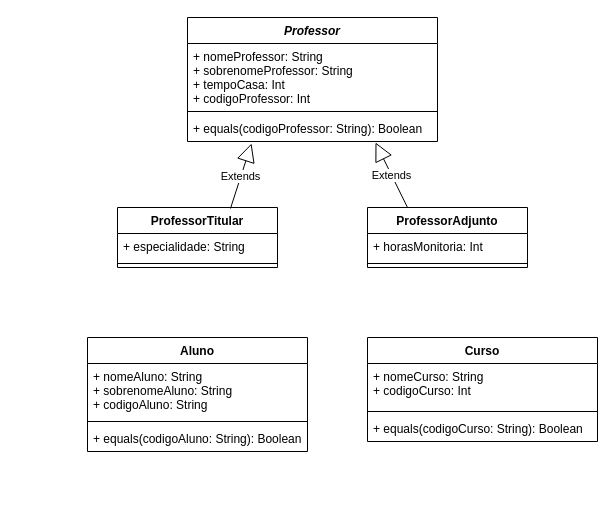
Above: DesafioKotlin_UML.drawio in marina-saito/DH_Desafio_Kotlin (draw.io), before the change. Source tidied: cells renumbered, new cells numbered last; positions are measured from the earlier drawing's top-left corner, leaving out a move shared by most shapes. Both pictures are drawn from the tidied source at 100%, with x=0, y=0 at pixel (87, 17).
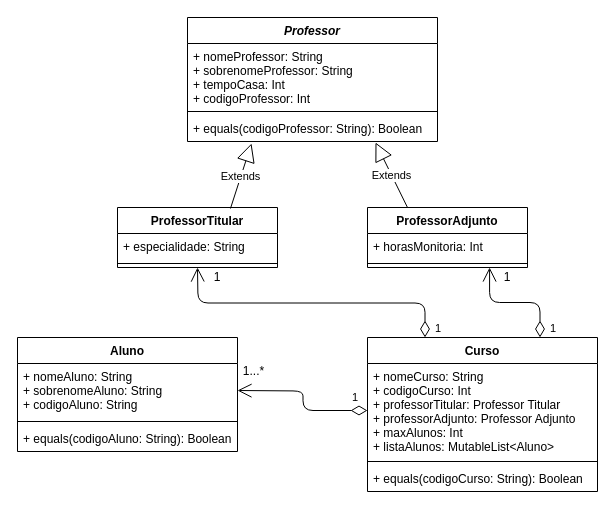
Above is the later version.

The change refers to these unchanged cells:
```xml
<mxCell id="7" style="line;strokeWidth=1;fillColor=none;align=left;verticalAlign=middle;spacingTop=-1;spacingLeft=3;spacingRight=3;labelPosition=right;points=[];portConstraint=eastwest;" parent="5" vertex="1">
  <mxGeometry y="52" width="160" height="8" as="geometry" />
</mxCell>
```

Diff of the diagram source:
```diff
@@
+    <mxCell id="18" value="Curso" style="swimlane;fontStyle=1;align=center;verticalAlign=top;horizontal=1;startSize=26;" parent="1" vertex="1">
+      <mxGeometry x="280" y="320" width="230" height="154" as="geometry" />
+    </mxCell>
+    <mxCell id="19" value="+ nomeCurso: String&#10;+ codigoCurso: Int&#10;+ professorTitular: Professor Titular&#10;+ professorAdjunto: Professor Adjunto&#10;+ maxAlunos: Int&#10;+ listaAlunos: MutableList&lt;Aluno&gt;" style="text;strokeColor=none;fillColor=none;align=left;verticalAlign=top;spacingLeft=4;spacingRight=4;overflow=hidden;points=[[0,0.5],[1,0.5]];portConstraint=eastwest;" parent="18" vertex="1">
+      <mxGeometry y="26" width="230" height="94" as="geometry" />
+    </mxCell>
+    <mxCell id="20" style="line;strokeWidth=1;fillColor=none;align=left;verticalAlign=middle;spacingTop=-1;spacingLeft=3;spacingRight=3;labelPosition=right;" parent="18" vertex="1">
+      <mxGeometry y="120" width="230" height="8" as="geometry" />
+    </mxCell>
+    <mxCell id="21" value="+ equals(codigoCurso: String): Boolean" style="text;strokeColor=none;fillColor=none;align=left;verticalAlign=top;spacingLeft=4;spacingRight=4;overflow=hidden;" parent="18" vertex="1">
+      <mxGeometry y="128" width="230" height="26" as="geometry" />
+    </mxCell>
     <mxCell id="14" value="Aluno" style="swimlane;fontStyle=1;align=center;verticalAlign=top;horizontal=1;startSize=26;" parent="1" vertex="1">
-      <mxGeometry y="320" width="220" height="114" as="geometry" />
+      <mxGeometry x="-70" y="320" width="220" height="114" as="geometry" />
     </mxCell>
@@
-    <mxCell id="18" value="Curso" style="swimlane;fontStyle=1;align=center;verticalAlign=top;horizontal=1;startSize=26;" parent="1" vertex="1">
-      <mxGeometry x="280" y="320" width="230" height="104" as="geometry" />
-    </mxCell>
-    <mxCell id="19" value="+ nomeCurso: String&#10;+ codigoCurso: Int" style="text;strokeColor=none;fillColor=none;align=left;verticalAlign=top;spacingLeft=4;spacingRight=4;overflow=hidden;points=[[0,0.5],[1,0.5]];portConstraint=eastwest;" parent="18" vertex="1">
-      <mxGeometry y="26" width="230" height="44" as="geometry" />
-    </mxCell>
-    <mxCell id="20" style="line;strokeWidth=1;fillColor=none;align=left;verticalAlign=middle;spacingTop=-1;spacingLeft=3;spacingRight=3;labelPosition=right;" parent="18" vertex="1">
-      <mxGeometry y="70" width="230" height="8" as="geometry" />
-    </mxCell>
-    <mxCell id="21" value="+ equals(codigoCurso: String): Boolean" style="text;strokeColor=none;fillColor=none;align=left;verticalAlign=top;spacingLeft=4;spacingRight=4;overflow=hidden;" parent="18" vertex="1">
-      <mxGeometry y="78" width="230" height="26" as="geometry" />
-    </mxCell>
+    <mxCell id="22" value="1" style="endArrow=open;html=1;endSize=12;startArrow=diamondThin;startSize=14;startFill=0;edgeStyle=orthogonalEdgeStyle;align=left;verticalAlign=bottom;exitX=0.25;exitY=0;exitDx=0;exitDy=0;" parent="1" edge="1" source="18">
+      <mxGeometry x="-1" y="-7" relative="1" as="geometry">
+        <mxPoint x="110" y="250" as="targetPoint" />
+        <mxPoint x="1" as="offset" />
+      </mxGeometry>
+    </mxCell>
+    <mxCell id="23" value="1" style="endArrow=open;html=1;endSize=12;startArrow=diamondThin;startSize=14;startFill=0;edgeStyle=orthogonalEdgeStyle;align=left;verticalAlign=bottom;exitX=0.75;exitY=0;exitDx=0;exitDy=0;entryX=0.763;entryY=1;entryDx=0;entryDy=0;entryPerimeter=0;" parent="1" edge="1" source="18" target="7">
+      <mxGeometry x="-0.42" y="36" relative="1" as="geometry">
+        <mxPoint x="8" y="-1" as="offset" />
+      </mxGeometry>
+    </mxCell>
+    <mxCell id="24" value="1" style="text;html=1;strokeColor=none;fillColor=none;align=center;verticalAlign=middle;whiteSpace=wrap;rounded=0;" parent="1" vertex="1">
+      <mxGeometry x="120" y="250" width="20" height="20" as="geometry" />
+    </mxCell>
+    <mxCell id="25" value="1" style="text;html=1;strokeColor=none;fillColor=none;align=center;verticalAlign=middle;whiteSpace=wrap;rounded=0;" parent="1" vertex="1">
+      <mxGeometry x="410" y="250" width="20" height="20" as="geometry" />
+    </mxCell>
+    <mxCell id="26" value="1" style="endArrow=open;html=1;endSize=12;startArrow=diamondThin;startSize=14;startFill=0;edgeStyle=orthogonalEdgeStyle;align=left;verticalAlign=bottom;exitX=0;exitY=0.5;exitDx=0;exitDy=0;" parent="1" edge="1" source="19">
+      <mxGeometry x="-0.77" y="-4" relative="1" as="geometry">
+        <mxPoint x="150" y="373" as="targetPoint" />
+      </mxGeometry>
+    </mxCell>
+    <mxCell id="27" value="1...*" style="text;html=1;strokeColor=none;fillColor=none;align=center;verticalAlign=middle;whiteSpace=wrap;rounded=0;" parent="1" vertex="1">
+      <mxGeometry x="153" y="344" width="27" height="20" as="geometry" />
+    </mxCell>
```
